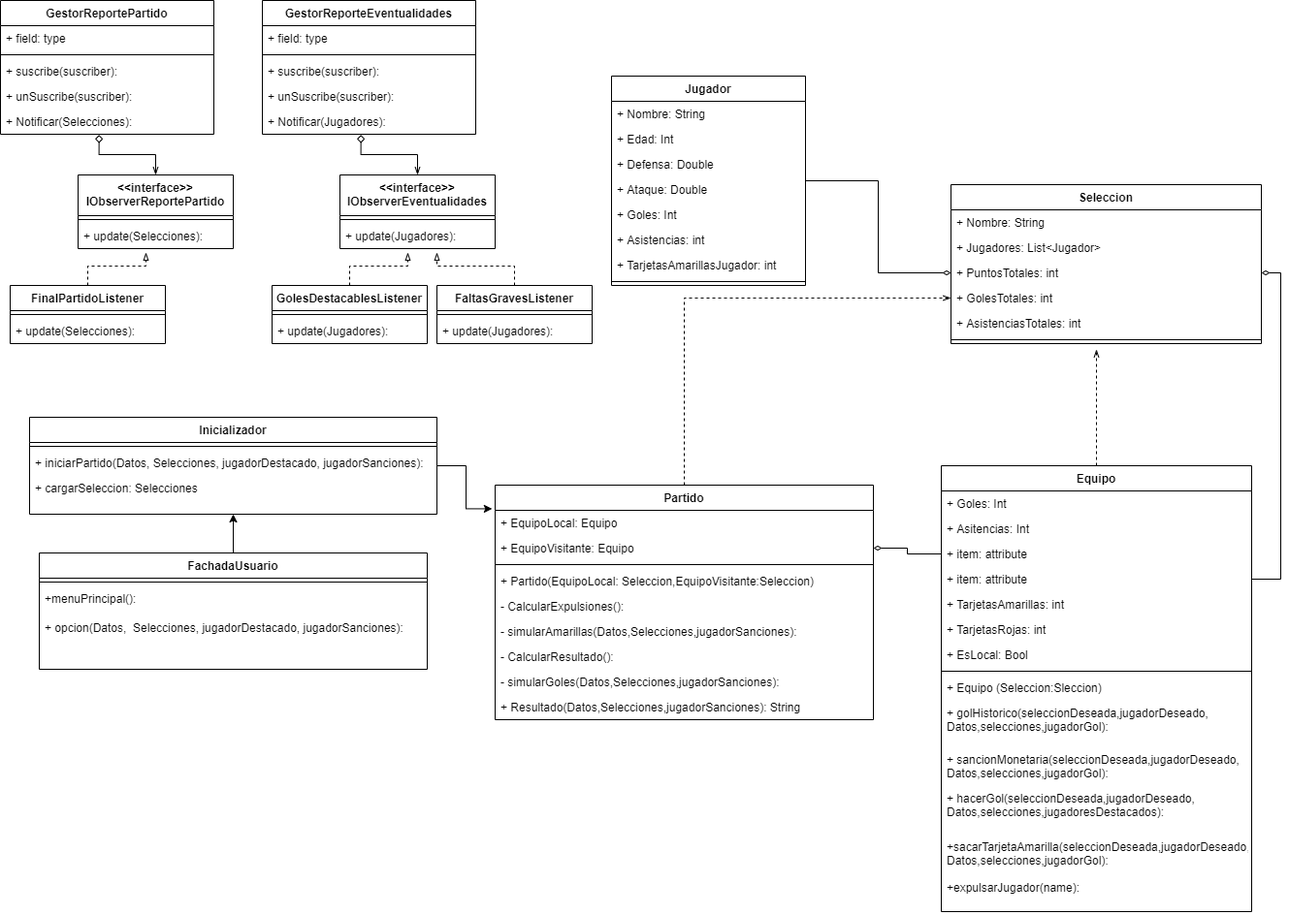
Above: Parcial2UML.png in juanpablocanas/FinalParcial2 (draw.io), before the change. Source tidied: cells renumbered, new cells last; positions are measured from the earlier drawing's top-left corner, leaving out a move shared by most shapes.
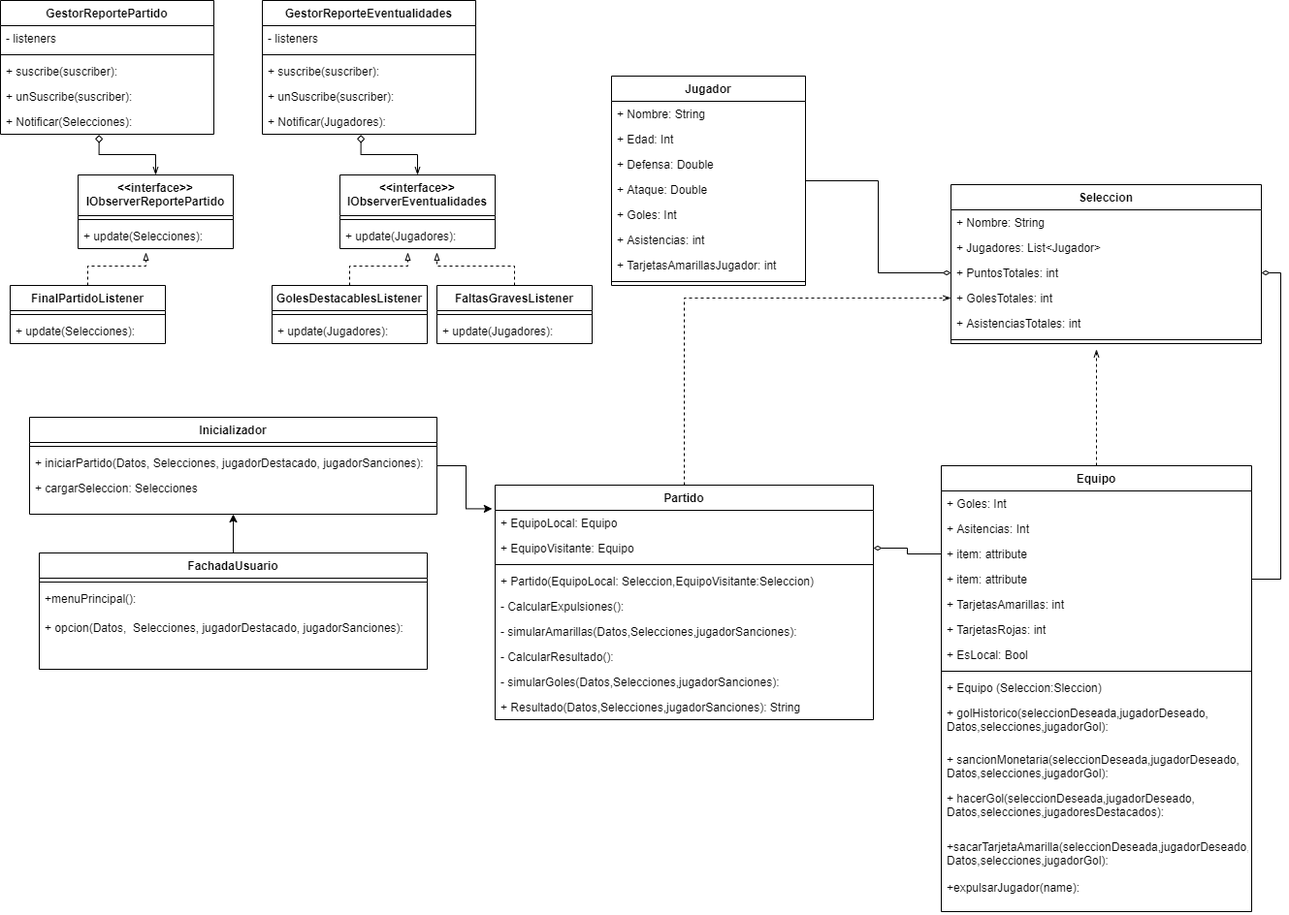
After the change.

What changed in the source:
```diff
@@ -172,7 +172,7 @@
     <mxCell id="57" value="GestorReportePartido" style="swimlane;fontStyle=1;align=center;verticalAlign=top;horizontal=1;startSize=26;" parent="1" vertex="1">
       <mxGeometry width="220" height="138" as="geometry" />
     </mxCell>
-    <mxCell id="58" value="+ field: type" style="text;strokeColor=none;fillColor=none;align=left;verticalAlign=top;spacingLeft=4;spacingRight=4;overflow=hidden;" parent="57" vertex="1">
+    <mxCell id="58" value="- listeners" style="text;strokeColor=none;fillColor=none;align=left;verticalAlign=top;spacingLeft=4;spacingRight=4;overflow=hidden;" parent="57" vertex="1">
       <mxGeometry y="26" width="220" height="26" as="geometry" />
     </mxCell>
     <mxCell id="59" style="line;strokeWidth=1;fillColor=none;align=left;verticalAlign=middle;spacingTop=-1;spacingLeft=3;spacingRight=3;labelPosition=right;" parent="57" vertex="1">
@@ -216,7 +216,7 @@
     <mxCell id="71" value="GestorReporteEventualidades" style="swimlane;fontStyle=1;align=center;verticalAlign=top;horizontal=1;startSize=26;" parent="1" vertex="1">
       <mxGeometry x="270" width="220" height="138" as="geometry" />
     </mxCell>
-    <mxCell id="72" value="+ field: type" style="text;strokeColor=none;fillColor=none;align=left;verticalAlign=top;spacingLeft=4;spacingRight=4;overflow=hidden;" parent="71" vertex="1">
+    <mxCell id="72" value="- listeners" style="text;strokeColor=none;fillColor=none;align=left;verticalAlign=top;spacingLeft=4;spacingRight=4;overflow=hidden;" parent="71" vertex="1">
       <mxGeometry y="26" width="220" height="26" as="geometry" />
     </mxCell>
     <mxCell id="73" style="line;strokeWidth=1;fillColor=none;align=left;verticalAlign=middle;spacingTop=-1;spacingLeft=3;spacingRight=3;labelPosition=right;" parent="71" vertex="1">
```
